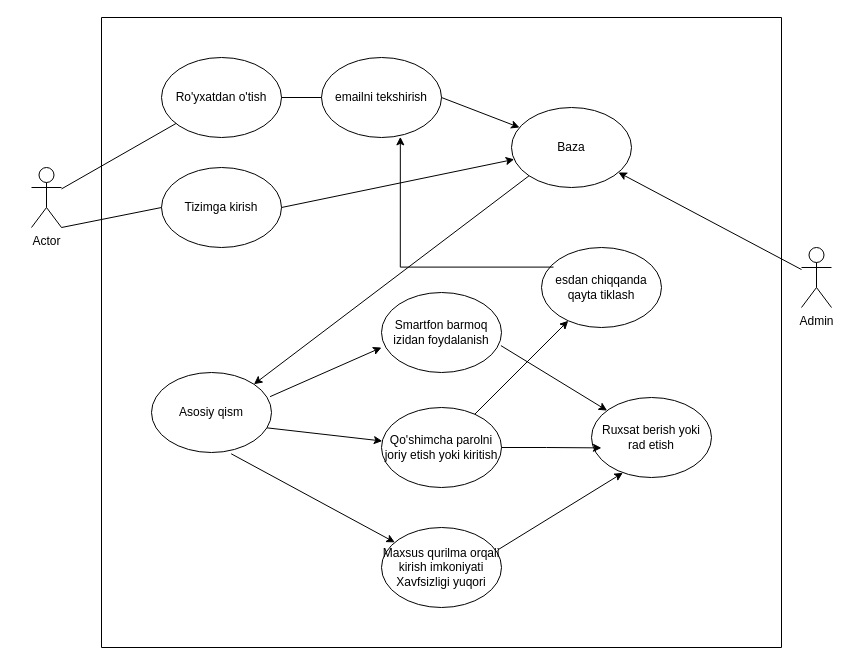
sardor3104/FingerPrint-scanner-Mobile keeps this draw.io diagram as Untitled Diagram.drawio. Above is the earlier version. Source tidied: cells renumbered, new cells numbered last; positions are measured from the earlier drawing's top-left corner, leaving out a move shared by most shapes. Both pictures are drawn from the tidied source at 100%, with x=0, y=0 at pixel (31, 17).
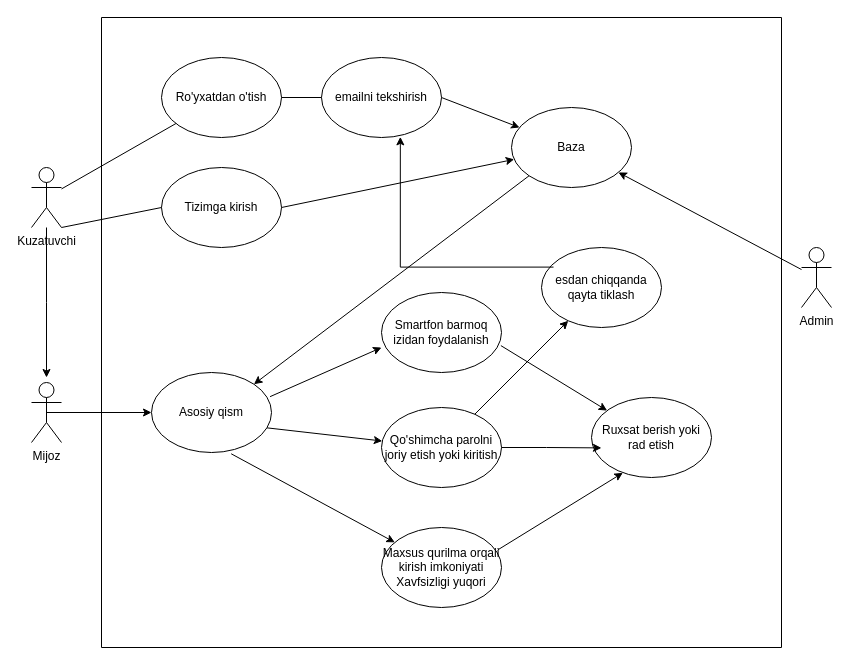
The same page after the edit.

The change refers to these unchanged cells:
```xml
<mxCell id="7" value="Asosiy qism" style="ellipse;whiteSpace=wrap;html=1;" parent="4" vertex="1">
  <mxGeometry x="50" y="355" width="120" height="80" as="geometry" />
</mxCell>
```

Change to the diagram source:
```diff
@@
+    <mxCell id="30" style="edgeStyle=orthogonalEdgeStyle;rounded=0;jettySize=auto;html=1;" parent="1" edge="1" source="2">
+      <mxGeometry relative="1" as="geometry">
+        <mxPoint x="15" y="360" as="targetPoint" />
+      </mxGeometry>
+    </mxCell>
-    <mxCell id="2" value="Actor" style="shape=umlActor;verticalLabelPosition=bottom;verticalAlign=top;html=1;outlineConnect=0;" parent="1" vertex="1">
+    <mxCell id="2" value="Kuzatuvchi" style="shape=umlActor;verticalLabelPosition=bottom;verticalAlign=top;html=1;outlineConnect=0;" parent="1" vertex="1">
       <mxGeometry y="150" width="30" height="60" as="geometry" />
     </mxCell>
@@
+    <mxCell id="31" style="edgeStyle=orthogonalEdgeStyle;rounded=0;jettySize=auto;html=1;exitX=0.5;exitY=0.5;exitDx=0;exitDy=0;exitPerimeter=0;entryX=0;entryY=0.5;entryDx=0;entryDy=0;" parent="1" edge="1" source="32" target="7">
+      <mxGeometry relative="1" as="geometry" />
+    </mxCell>
+    <mxCell id="32" value="Mijoz" style="shape=umlActor;verticalLabelPosition=bottom;verticalAlign=top;html=1;outlineConnect=0;" parent="1" vertex="1">
+      <mxGeometry y="365" width="30" height="60" as="geometry" />
+    </mxCell>
```
